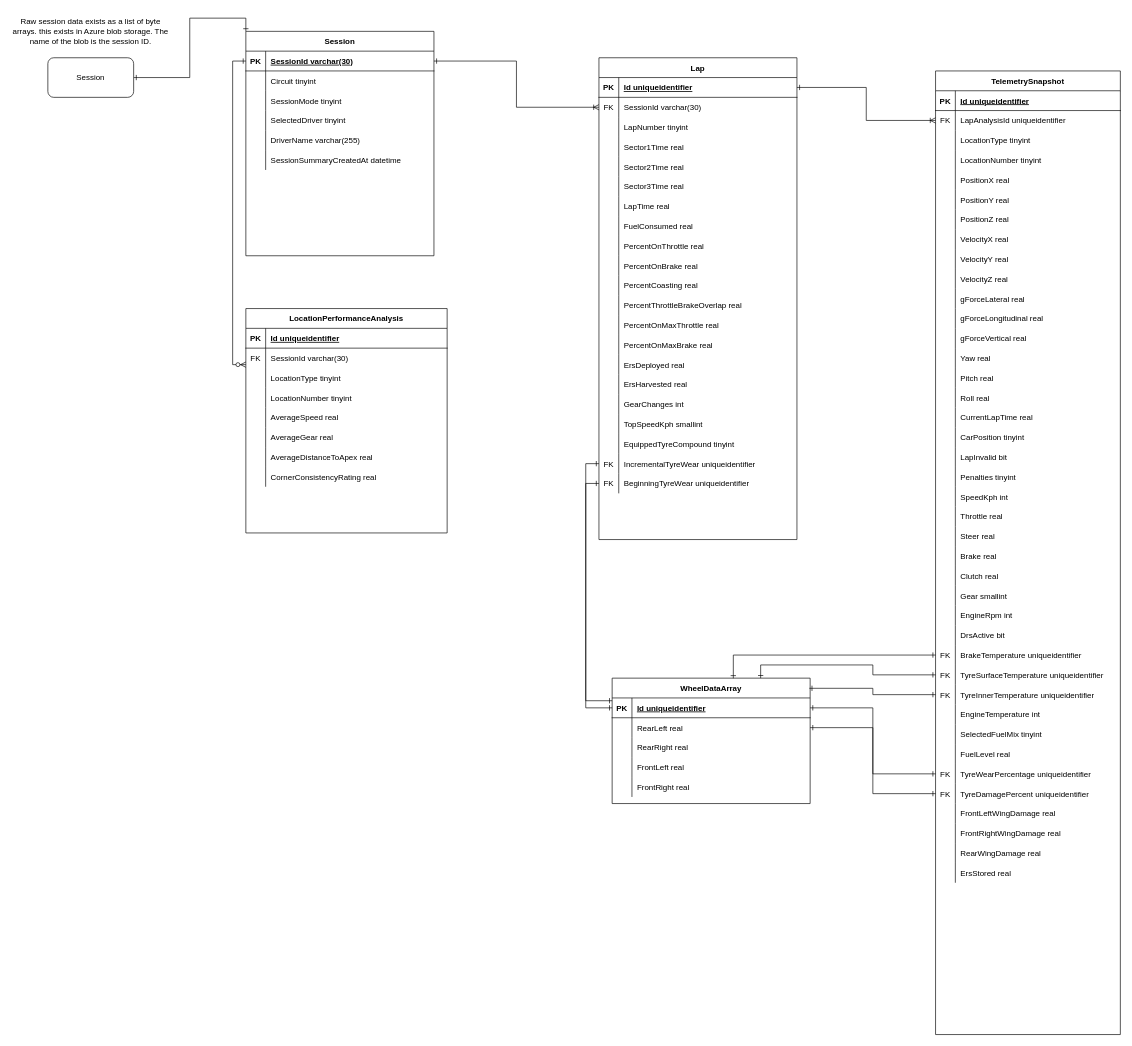
TimHanewich/ApexVisual.F1_2020 keeps this draw.io diagram as page "Sessions" (1 of 2) of Cloud Storage Maps/ApexVisualSqlErd.drawio. Above is the earlier version. Source tidied: cells renumbered, new cells numbered last; positions are measured from the earlier drawing's top-left corner, leaving out a move shared by most shapes. Both pictures are drawn from the tidied source at 66%, with x=0, y=0 at pixel (11, 11).
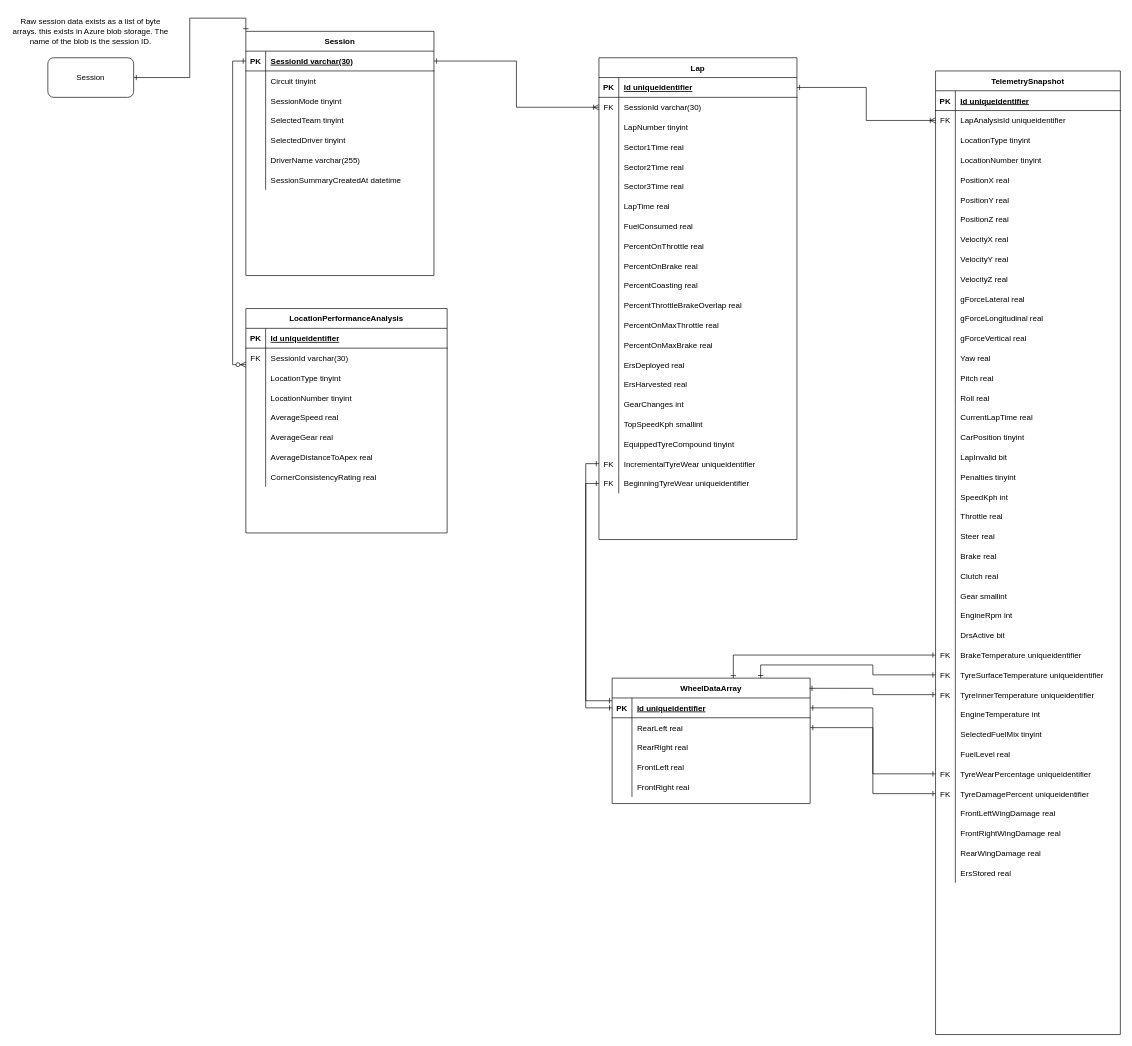
After the change.

Commit message:
Added SelectedTeam field to Session in ERD

Diff of the diagram source:
```diff
@@
     <mxCell id="126" value="Session" style="shape=table;startSize=30;childLayout=tableLayout;rowLines=0;fontStyle=1;align=center;" parent="1" vertex="1">
-      <mxGeometry x="355" y="30" width="285" height="340" as="geometry" />
+      <mxGeometry x="355" y="30" width="285" height="370" as="geometry" />
     </mxCell>
@@
+    <mxCell id="260" style="shape=partialRectangle;fillColor=none;top=0;left=0;bottom=0;right=0;" parent="126" vertex="1">
+      <mxGeometry y="120" width="285" height="30" as="geometry" />
+    </mxCell>
+    <mxCell id="261" style="shape=partialRectangle;fillColor=none;top=0;left=0;bottom=0;right=0;overflow=hidden;" parent="260" vertex="1">
+      <mxGeometry width="30" height="30" as="geometry" />
+    </mxCell>
+    <mxCell id="262" value="SelectedTeam tinyint" style="shape=partialRectangle;fillColor=none;top=0;left=0;bottom=0;right=0;align=left;spacingLeft=6;overflow=hidden;" parent="260" vertex="1">
+      <mxGeometry x="30" width="255" height="30" as="geometry" />
+    </mxCell>
     <mxCell id="136" style="shape=partialRectangle;fillColor=none;top=0;left=0;bottom=0;right=0;" parent="126" vertex="1">
-      <mxGeometry y="120" width="285" height="30" as="geometry" />
+      <mxGeometry y="150" width="285" height="30" as="geometry" />
     </mxCell>
@@
     <mxCell id="139" style="shape=partialRectangle;fillColor=none;top=0;left=0;bottom=0;right=0;" parent="126" vertex="1">
-      <mxGeometry y="150" width="285" height="30" as="geometry" />
+      <mxGeometry y="180" width="285" height="30" as="geometry" />
     </mxCell>
@@
     <mxCell id="142" style="shape=partialRectangle;fillColor=none;top=0;left=0;bottom=0;right=0;" parent="126" vertex="1">
-      <mxGeometry y="180" width="285" height="30" as="geometry" />
+      <mxGeometry y="210" width="285" height="30" as="geometry" />
     </mxCell>
```
